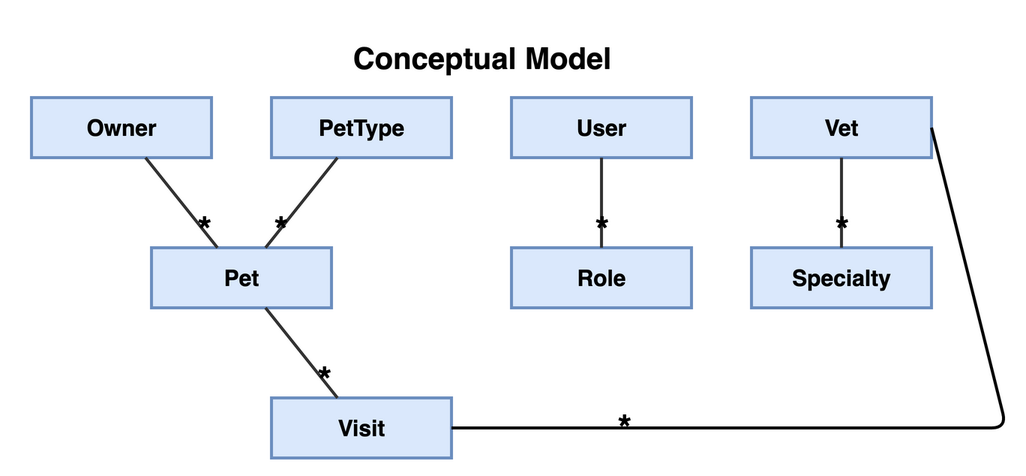
This is petclinic-backend/docs/ConceptualModel.drawio.png from victorrentea/petclinic, a draw.io export, as it was before one commit. Source tidied: cells renumbered, new cells last; positions are measured from the earlier drawing's top-left corner, leaving out a move shared by most shapes.
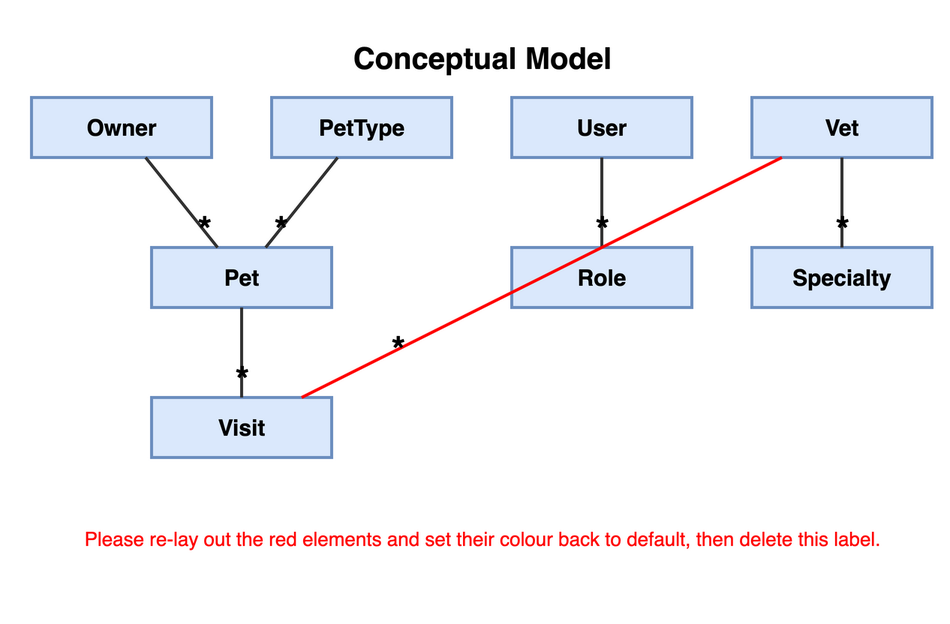
The same diagram one commit later.

Commit message:
docs: let the script draw Vet–Visit again, straight and red

The edit, as a diff of the source:
```diff
@@ -27,7 +27,7 @@
       <mxGeometry x="480" y="145" width="120" height="40" as="geometry" />
     </mxCell>
     <mxCell id="10" value="Visit" style="rounded=0;whiteSpace=wrap;html=1;fillColor=#dae8fc;strokeColor=#6c8ebf;fontSize=15;fontStyle=1;strokeWidth=2;" parent="1" vertex="1">
-      <mxGeometry x="160" y="245" width="120" height="40" as="geometry" />
+      <mxGeometry x="80" y="245" width="120" height="40" as="geometry" />
     </mxCell>
     <mxCell id="11" style="endArrow=none;html=1;strokeColor=#333333;fontSize=12;strokeWidth=2;" parent="1" edge="1" source="3" target="7">
       <mxGeometry relative="1" as="geometry" />
@@ -59,15 +59,14 @@
     <mxCell id="20" value="*" style="edgeLabel;html=1;align=center;verticalAlign=middle;fontSize=24;fontStyle=1;labelBackgroundColor=none;" parent="19" vertex="1">
       <mxGeometry x="0.6" relative="1" as="geometry" />
     </mxCell>
-    <mxCell id="21" style="endArrow=none;html=1;strokeColor=default;strokeWidth=2;fontSize=12;exitX=1;exitY=0.5;exitDx=0;exitDy=0;" parent="1" edge="1" source="6" target="10">
-      <mxGeometry relative="1" as="geometry">
-        <Array as="points">
-          <mxPoint x="650" y="265" />
-        </Array>
-      </mxGeometry>
+    <mxCell id="21" style="endArrow=none;html=1;strokeColor=#FF0000;strokeWidth=2;fontSize=12;" parent="1" edge="1" source="10" target="6">
+      <mxGeometry relative="1" as="geometry" />
     </mxCell>
     <mxCell id="22" value="*" style="edgeLabel;html=1;align=center;verticalAlign=middle;fontSize=24;fontStyle=1;labelBackgroundColor=none;" parent="21" vertex="1">
-      <mxGeometry x="0.6" relative="1" as="geometry" />
+      <mxGeometry x="-0.6" relative="1" as="geometry" />
     </mxCell>
+    <mxCell id="23" value="Please re-lay out the red elements and set their colour back to default, then delete this label." style="text;html=1;align=center;fontSize=13;fontColor=#FF0000;" parent="1" vertex="1">
+      <mxGeometry y="325" width="600" height="60" as="geometry" />
+    </mxCell>
   </root>
 </mxGraphModel>
```
